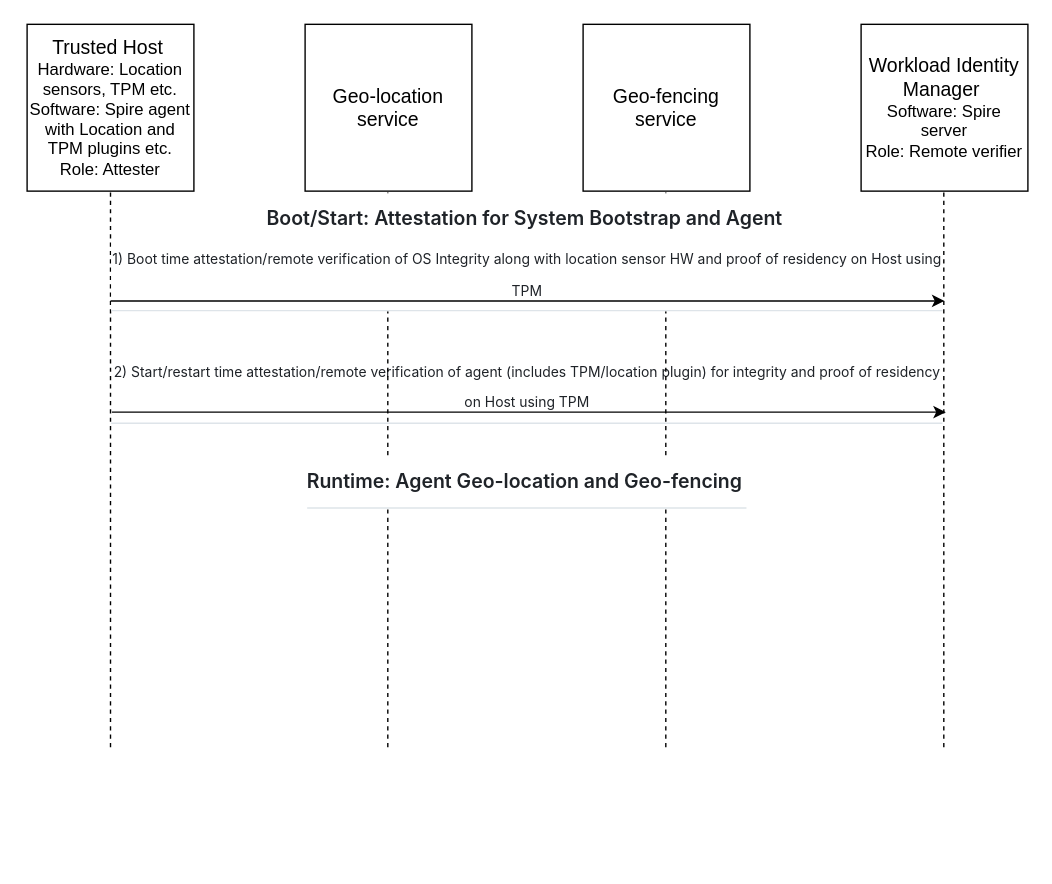
This is end-to-end-flow.drawio from nedmsmith/draft-klspa-wimse-verifiable-geo-fence, a draw.io file, before an edit. Source tidied: cells renumbered, new cells numbered last; positions are measured from the earlier drawing's top-left corner, leaving out a move shared by most shapes. Both pictures are drawn from the tidied source at 139%, with x=0, y=0 at pixel (26, 24).
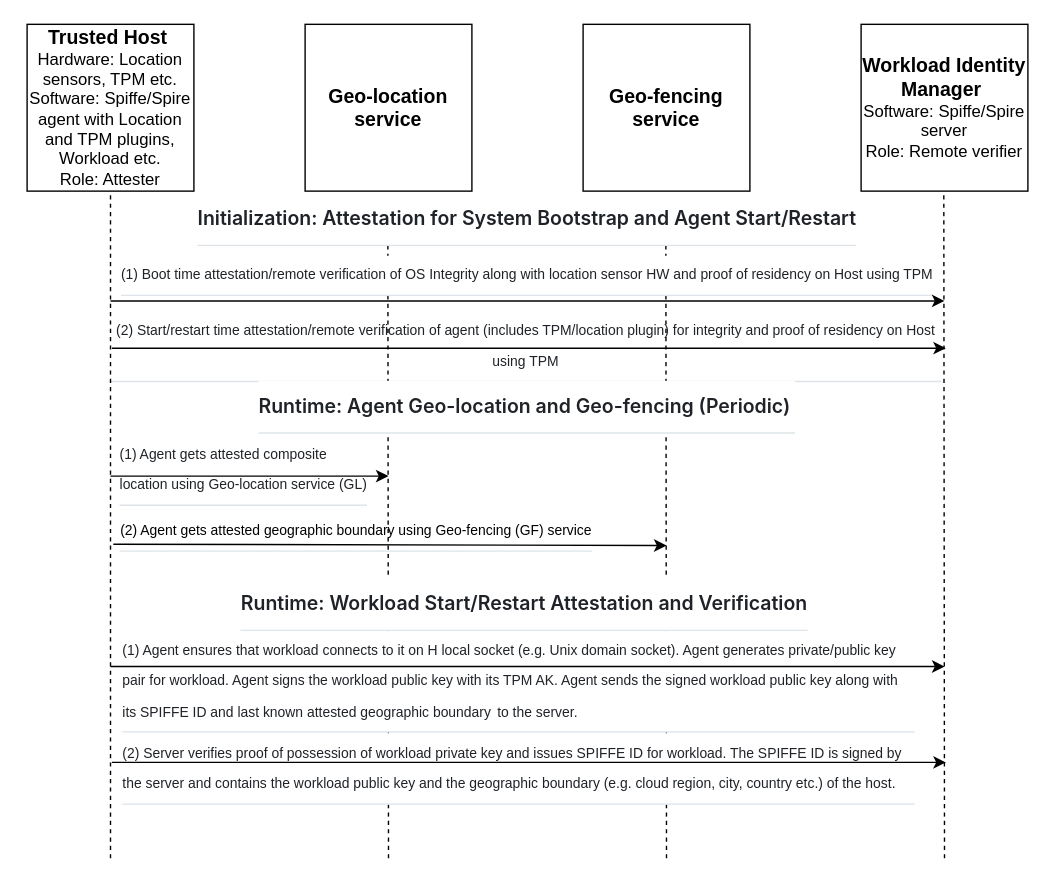
After the change.

Change to the diagram source:
```diff
@@
-    <mxCell id="2" value="&lt;h2 style=&quot;box-sizing: border-box; margin-top: 24px; margin-bottom: 16px; line-height: 1.25; padding-bottom: 0.3em; border-bottom: 1px solid rgba(209, 217, 224, 0.7); color: rgb(31, 35, 40); font-family: -apple-system, &amp;quot;system-ui&amp;quot;, &amp;quot;Segoe UI&amp;quot;, &amp;quot;Noto Sans&amp;quot;, Helvetica, Arial, sans-serif, &amp;quot;Apple Color Emoji&amp;quot;, &amp;quot;Segoe UI Emoji&amp;quot;; background-color: rgb(255, 255, 255);&quot; dir=&quot;auto&quot; class=&quot;heading-element&quot; tabindex=&quot;-1&quot;&gt;&lt;font style=&quot;font-size: 10px; font-weight: normal;&quot;&gt;2) Start/restart time attestation/remote verification of agent (includes TPM/location plugin) for integrity and proof of residency on Host using TPM&lt;/font&gt;&lt;/h2&gt;" style="text;html=1;align=center;verticalAlign=middle;whiteSpace=wrap;rounded=0;" parent="1" vertex="1">
-      <mxGeometry x="60" y="257" width="600" height="1" as="geometry" />
+    <mxCell id="2" value="&lt;h2 style=&quot;box-sizing: border-box; margin-top: 24px; margin-bottom: 16px; line-height: 1.25; padding-bottom: 0.3em; border-bottom: 1px solid rgba(209, 217, 224, 0.7); color: rgb(31, 35, 40); background-color: rgb(255, 255, 255);&quot; dir=&quot;auto&quot; class=&quot;heading-element&quot; tabindex=&quot;-1&quot;&gt;&lt;font face=&quot;Helvetica&quot; style=&quot;font-size: 10px; font-weight: normal;&quot;&gt;(2) Start/restart time attestation/remote verification of agent (includes TPM/location plugin) for integrity and proof of residency on Host using TPM&lt;/font&gt;&lt;/h2&gt;" style="text;html=1;align=center;verticalAlign=middle;whiteSpace=wrap;rounded=0;" parent="1" vertex="1">
+      <mxGeometry x="59" y="227" width="600" height="1" as="geometry" />
     </mxCell>
-    <mxCell id="3" value="&lt;font style=&quot;font-size: 14px;&quot;&gt;Trusted Host&lt;/font&gt;&amp;nbsp;&lt;div&gt;Hardware: Location sensors, TPM etc.&lt;div&gt;Software: Spire agent with Location and TPM plugins etc.&lt;/div&gt;&lt;/div&gt;&lt;div&gt;Role: Attester&lt;/div&gt;" style="rounded=0;whiteSpace=wrap;html=1;" parent="1" vertex="1">
+    <mxCell id="3" value="&lt;b&gt;&lt;font style=&quot;font-size: 14px;&quot;&gt;Trusted Host&lt;/font&gt;&amp;nbsp;&lt;/b&gt;&lt;div&gt;Hardware: Location sensors, TPM etc.&lt;div&gt;Software: Spiffe/Spire agent with Location and TPM plugins, Workload etc.&lt;/div&gt;&lt;/div&gt;&lt;div&gt;Role: Attester&lt;/div&gt;" style="rounded=0;whiteSpace=wrap;html=1;" parent="1" vertex="1">
       <mxGeometry width="120" height="120" as="geometry" />
     </mxCell>
-    <mxCell id="4" value="&lt;span style=&quot;font-size: 14px;&quot;&gt;Geo-location service&lt;/span&gt;" style="rounded=0;whiteSpace=wrap;html=1;" parent="1" vertex="1">
+    <mxCell id="4" value="&lt;span style=&quot;font-size: 14px;&quot;&gt;&lt;b&gt;Geo-location service&lt;/b&gt;&lt;/span&gt;" style="rounded=0;whiteSpace=wrap;html=1;" parent="1" vertex="1">
       <mxGeometry x="200" width="120" height="120" as="geometry" />
     </mxCell>
-    <mxCell id="5" value="&lt;span style=&quot;font-size: 14px;&quot;&gt;Geo-fencing service&lt;/span&gt;" style="rounded=0;whiteSpace=wrap;html=1;" parent="1" vertex="1">
+    <mxCell id="5" value="&lt;span style=&quot;font-size: 14px;&quot;&gt;&lt;b&gt;Geo-fencing service&lt;/b&gt;&lt;/span&gt;" style="rounded=0;whiteSpace=wrap;html=1;" parent="1" vertex="1">
       <mxGeometry x="400" width="120" height="120" as="geometry" />
     </mxCell>
-    <mxCell id="6" value="&lt;span style=&quot;font-size: 14px;&quot;&gt;Workload Identity Manager&amp;nbsp;&lt;/span&gt;&lt;div&gt;&lt;font&gt;Software: Spire server&lt;br&gt;Role: Remote verifier&lt;/font&gt;&lt;/div&gt;" style="rounded=0;whiteSpace=wrap;html=1;" parent="1" vertex="1">
+    <mxCell id="6" value="&lt;span style=&quot;font-size: 14px;&quot;&gt;&lt;b&gt;Workload Identity Manager&lt;/b&gt;&amp;nbsp;&lt;/span&gt;&lt;div&gt;&lt;font&gt;Software: Spiffe/Spire server&lt;br&gt;Role: Remote verifier&lt;/font&gt;&lt;/div&gt;" style="rounded=0;whiteSpace=wrap;html=1;" parent="1" vertex="1">
       <mxGeometry x="600" width="120" height="120" as="geometry" />
     </mxCell>
     <mxCell id="7" style="endArrow=none;dashed=1;html=1;rounded=0;" parent="1" edge="1">
       <mxGeometry relative="1" as="geometry">
-        <mxPoint x="60" y="520" as="sourcePoint" />
+        <mxPoint x="60" y="600" as="sourcePoint" />
         <mxPoint x="60" y="120" as="targetPoint" />
       </mxGeometry>
     </mxCell>
     <mxCell id="8" style="endArrow=none;dashed=1;html=1;rounded=0;" parent="1" edge="1">
       <mxGeometry relative="1" as="geometry">
-        <mxPoint x="259.5" y="520" as="sourcePoint" />
+        <mxPoint x="260" y="600" as="sourcePoint" />
         <mxPoint x="259.5" y="120" as="targetPoint" />
       </mxGeometry>
     </mxCell>
     <mxCell id="9" style="endArrow=none;dashed=1;html=1;rounded=0;" parent="1" edge="1">
       <mxGeometry relative="1" as="geometry">
-        <mxPoint x="459.5" y="520" as="sourcePoint" />
+        <mxPoint x="460" y="600" as="sourcePoint" />
         <mxPoint x="459.5" y="120" as="targetPoint" />
       </mxGeometry>
     </mxCell>
     <mxCell id="10" style="endArrow=none;dashed=1;html=1;rounded=0;" parent="1" edge="1">
       <mxGeometry relative="1" as="geometry">
-        <mxPoint x="659.5" y="520" as="sourcePoint" />
+        <mxPoint x="660" y="600" as="sourcePoint" />
         <mxPoint x="659.5" y="120" as="targetPoint" />
       </mxGeometry>
     </mxCell>
-    <mxCell id="11" value="&lt;h1 tabindex=&quot;-1&quot; class=&quot;heading-element&quot; dir=&quot;auto&quot; style=&quot;box-sizing: border-box; margin: 24px 0px 16px; font-weight: 600; line-height: 1.25; padding-bottom: 0.3em; border-bottom: 1px solid rgba(209, 217, 224, 0.7); color: rgb(31, 35, 40); font-family: -apple-system, &amp;quot;system-ui&amp;quot;, &amp;quot;Segoe UI&amp;quot;, &amp;quot;Noto Sans&amp;quot;, Helvetica, Arial, sans-serif, &amp;quot;Apple Color Emoji&amp;quot;, &amp;quot;Segoe UI Emoji&amp;quot;; font-style: normal; font-variant-ligatures: normal; font-variant-caps: normal; letter-spacing: normal; orphans: 2; text-indent: 0px; text-transform: none; widows: 2; word-spacing: 0px; -webkit-text-stroke-width: 0px; white-space: normal; background-color: rgb(255, 255, 255); text-decoration-thickness: initial; text-decoration-style: initial; text-decoration-color: initial;&quot;&gt;&lt;font style=&quot;font-size: 14px;&quot;&gt;Boot/Start: Attestation for System Bootstrap and Agent&amp;nbsp;&lt;/font&gt;&lt;/h1&gt;" style="text;whiteSpace=wrap;html=1;align=center;" parent="1" vertex="1">
+    <mxCell id="11" value="&lt;h1 tabindex=&quot;-1&quot; class=&quot;heading-element&quot; dir=&quot;auto&quot; style=&quot;box-sizing: border-box; margin: 24px 0px 16px; font-weight: 600; line-height: 1.25; padding-bottom: 0.3em; border-bottom: 1px solid rgba(209, 217, 224, 0.7); color: rgb(31, 35, 40); font-family: -apple-system, &amp;quot;system-ui&amp;quot;, &amp;quot;Segoe UI&amp;quot;, &amp;quot;Noto Sans&amp;quot;, Helvetica, Arial, sans-serif, &amp;quot;Apple Color Emoji&amp;quot;, &amp;quot;Segoe UI Emoji&amp;quot;; font-style: normal; font-variant-ligatures: normal; font-variant-caps: normal; letter-spacing: normal; orphans: 2; text-indent: 0px; text-transform: none; widows: 2; word-spacing: 0px; -webkit-text-stroke-width: 0px; white-space: normal; background-color: rgb(255, 255, 255); text-decoration-thickness: initial; text-decoration-style: initial; text-decoration-color: initial;&quot;&gt;&lt;font style=&quot;font-size: 14px;&quot;&gt;Initialization: Attestation for System Bootstrap and Agent Start/Restart&lt;/font&gt;&lt;/h1&gt;" style="text;whiteSpace=wrap;html=1;align=center;" parent="1" vertex="1">
       <mxGeometry y="91" width="720" height="22" as="geometry" />
     </mxCell>
-    <mxCell id="12" value="&lt;font style=&quot;font-size: 10px;&quot;&gt;&amp;nbsp;&lt;/font&gt;&lt;h2 style=&quot;box-sizing: border-box; margin-top: 24px; margin-bottom: 16px; line-height: 1.25; padding-bottom: 0.3em; border-bottom: 1px solid rgba(209, 217, 224, 0.7); color: rgb(31, 35, 40); font-family: -apple-system, &amp;quot;system-ui&amp;quot;, &amp;quot;Segoe UI&amp;quot;, &amp;quot;Noto Sans&amp;quot;, Helvetica, Arial, sans-serif, &amp;quot;Apple Color Emoji&amp;quot;, &amp;quot;Segoe UI Emoji&amp;quot;; background-color: rgb(255, 255, 255);&quot; dir=&quot;auto&quot; class=&quot;heading-element&quot; tabindex=&quot;-1&quot;&gt;&lt;span style=&quot;font-weight: normal;&quot;&gt;&lt;font style=&quot;font-size: 10px;&quot;&gt;1) Boot time a&lt;font style=&quot;&quot;&gt;ttestation/remote verification of OS Integrity along with location sensor HW and proof of residency on Host using TPM&lt;/font&gt;&lt;/font&gt;&lt;/span&gt;&lt;/h2&gt;" style="text;html=1;align=center;verticalAlign=middle;whiteSpace=wrap;rounded=0;" parent="1" vertex="1">
+    <mxCell id="12" value="&lt;font style=&quot;font-size: 10px;&quot;&gt;&amp;nbsp;&lt;/font&gt;&lt;h2 style=&quot;box-sizing: border-box; margin-top: 24px; margin-bottom: 16px; line-height: 1.25; padding-bottom: 0.3em; border-bottom: 1px solid rgba(209, 217, 224, 0.7); color: rgb(31, 35, 40); background-color: rgb(255, 255, 255);&quot; dir=&quot;auto&quot; class=&quot;heading-element&quot; tabindex=&quot;-1&quot;&gt;&lt;span style=&quot;font-weight: normal;&quot;&gt;&lt;font face=&quot;Helvetica&quot; style=&quot;font-size: 10px;&quot;&gt;(1) Boot time a&lt;font style=&quot;&quot;&gt;ttestation/remote verification of OS Integrity along with location sensor HW and proof of residency on Host using TPM&lt;/font&gt;&lt;/font&gt;&lt;/span&gt;&lt;/h2&gt;" style="text;html=1;align=center;verticalAlign=middle;whiteSpace=wrap;rounded=0;" parent="1" vertex="1">
       <mxGeometry x="60" y="155" width="600" height="30" as="geometry" />
     </mxCell>
@@
     <mxCell id="14" style="endArrow=classic;html=1;rounded=0;" parent="1" edge="1">
       <mxGeometry relative="1" as="geometry">
-        <mxPoint x="61" y="279" as="sourcePoint" />
-        <mxPoint x="661" y="279" as="targetPoint" />
+        <mxPoint x="61" y="233" as="sourcePoint" />
+        <mxPoint x="661" y="233" as="targetPoint" />
       </mxGeometry>
     </mxCell>
-    <mxCell id="15" value="&lt;h1 tabindex=&quot;-1&quot; class=&quot;heading-element&quot; dir=&quot;auto&quot; style=&quot;box-sizing: border-box; margin: 24px 0px 16px; font-weight: 600; line-height: 1.25; padding-bottom: 0.3em; border-bottom: 1px solid rgba(209, 217, 224, 0.7); color: rgb(31, 35, 40); font-family: -apple-system, &amp;quot;system-ui&amp;quot;, &amp;quot;Segoe UI&amp;quot;, &amp;quot;Noto Sans&amp;quot;, Helvetica, Arial, sans-serif, &amp;quot;Apple Color Emoji&amp;quot;, &amp;quot;Segoe UI Emoji&amp;quot;; font-style: normal; font-variant-ligatures: normal; font-variant-caps: normal; letter-spacing: normal; orphans: 2; text-indent: 0px; text-transform: none; widows: 2; word-spacing: 0px; -webkit-text-stroke-width: 0px; white-space: normal; background-color: rgb(255, 255, 255); text-decoration-thickness: initial; text-decoration-style: initial; text-decoration-color: initial;&quot;&gt;&lt;font style=&quot;font-size: 14px;&quot;&gt;Runtime: Agent Geo-location and Geo-fencing&amp;nbsp;&lt;/font&gt;&lt;/h1&gt;" style="text;whiteSpace=wrap;html=1;align=center;" parent="1" vertex="1">
-      <mxGeometry y="280" width="720" height="22" as="geometry" />
+    <mxCell id="15" value="&lt;h1 tabindex=&quot;-1&quot; class=&quot;heading-element&quot; dir=&quot;auto&quot; style=&quot;box-sizing: border-box; margin: 24px 0px 16px; font-weight: 600; line-height: 1.25; padding-bottom: 0.3em; border-bottom: 1px solid rgba(209, 217, 224, 0.7); color: rgb(31, 35, 40); font-family: -apple-system, &amp;quot;system-ui&amp;quot;, &amp;quot;Segoe UI&amp;quot;, &amp;quot;Noto Sans&amp;quot;, Helvetica, Arial, sans-serif, &amp;quot;Apple Color Emoji&amp;quot;, &amp;quot;Segoe UI Emoji&amp;quot;; font-style: normal; font-variant-ligatures: normal; font-variant-caps: normal; letter-spacing: normal; orphans: 2; text-indent: 0px; text-transform: none; widows: 2; word-spacing: 0px; -webkit-text-stroke-width: 0px; white-space: normal; background-color: rgb(255, 255, 255); text-decoration-thickness: initial; text-decoration-style: initial; text-decoration-color: initial;&quot;&gt;&lt;font style=&quot;font-size: 14px;&quot;&gt;Runtime: Agent Geo-location and Geo-fencing (Periodic)&amp;nbsp;&lt;/font&gt;&lt;/h1&gt;" style="text;whiteSpace=wrap;html=1;align=center;" parent="1" vertex="1">
+      <mxGeometry y="226" width="720" height="22" as="geometry" />
     </mxCell>
+    <mxCell id="16" value="&lt;h2 style=&quot;box-sizing: border-box; margin-top: 24px; margin-bottom: 16px; line-height: 1.25; padding-bottom: 0.3em; border-bottom: 1px solid rgba(209, 217, 224, 0.7); color: rgb(31, 35, 40); text-align: start; background-color: rgb(255, 255, 255);&quot; dir=&quot;auto&quot; class=&quot;heading-element&quot; tabindex=&quot;-1&quot;&gt;&lt;span style=&quot;font-weight: normal;&quot;&gt;&lt;font face=&quot;Helvetica&quot; style=&quot;font-size: 10px;&quot;&gt;(1) Agent gets attested composite location using Geo-location service (GL)&lt;/font&gt;&lt;/span&gt;&lt;/h2&gt;" style="text;html=1;align=center;verticalAlign=middle;whiteSpace=wrap;rounded=0;" parent="1" vertex="1">
+      <mxGeometry x="66" y="316" width="180" height="1" as="geometry" />
+    </mxCell>
+    <mxCell id="17" style="endArrow=classic;html=1;rounded=0;" parent="1" edge="1">
+      <mxGeometry relative="1" as="geometry">
+        <mxPoint x="60" y="325" as="sourcePoint" />
+        <mxPoint x="260" y="325" as="targetPoint" />
+      </mxGeometry>
+    </mxCell>
+    <mxCell id="18" value="&lt;h2 style=&quot;box-sizing: border-box; margin-top: 24px; margin-bottom: 16px; line-height: 1.25; padding-bottom: 0.3em; border-bottom: 1px solid rgba(209, 217, 224, 0.7);&quot; dir=&quot;auto&quot; class=&quot;heading-element&quot; tabindex=&quot;-1&quot;&gt;&lt;span style=&quot;font-weight: normal;&quot;&gt;&lt;font style=&quot;font-size: 10px;&quot;&gt;(2) Agent gets attested geographic boundary using Geo-fencing (GF) service&lt;/font&gt;&lt;/span&gt;&lt;/h2&gt;" style="text;html=1;align=center;verticalAlign=middle;whiteSpace=wrap;rounded=0;" parent="1" vertex="1">
+      <mxGeometry x="42" y="360" width="390" height="1" as="geometry" />
+    </mxCell>
+    <mxCell id="19" style="endArrow=classic;html=1;rounded=0;" parent="1" edge="1">
+      <mxGeometry relative="1" as="geometry">
+        <mxPoint x="62" y="374" as="sourcePoint" />
+        <mxPoint x="460" y="375" as="targetPoint" />
+      </mxGeometry>
+    </mxCell>
+    <mxCell id="20" value="&lt;h1 tabindex=&quot;-1&quot; class=&quot;heading-element&quot; dir=&quot;auto&quot; style=&quot;box-sizing: border-box; margin: 24px 0px 16px; font-weight: 600; line-height: 1.25; padding-bottom: 0.3em; border-bottom: 1px solid rgba(209, 217, 224, 0.7); color: rgb(31, 35, 40); font-family: -apple-system, &amp;quot;system-ui&amp;quot;, &amp;quot;Segoe UI&amp;quot;, &amp;quot;Noto Sans&amp;quot;, Helvetica, Arial, sans-serif, &amp;quot;Apple Color Emoji&amp;quot;, &amp;quot;Segoe UI Emoji&amp;quot;; font-style: normal; font-variant-ligatures: normal; font-variant-caps: normal; letter-spacing: normal; orphans: 2; text-indent: 0px; text-transform: none; widows: 2; word-spacing: 0px; -webkit-text-stroke-width: 0px; white-space: normal; background-color: rgb(255, 255, 255); text-decoration-thickness: initial; text-decoration-style: initial; text-decoration-color: initial;&quot;&gt;&lt;font style=&quot;font-size: 14px;&quot;&gt;Runtime: Workload Start/Restart Attestation and Verification&lt;/font&gt;&lt;/h1&gt;" style="text;whiteSpace=wrap;html=1;align=center;" parent="1" vertex="1">
+      <mxGeometry x="-2" y="368" width="720" height="22" as="geometry" />
+    </mxCell>
+    <mxCell id="21" value="&lt;h2 style=&quot;box-sizing: border-box; margin-top: 24px; margin-bottom: 16px; line-height: 1.25; padding-bottom: 0.3em; border-bottom: 1px solid rgba(209, 217, 224, 0.7); color: rgb(31, 35, 40); text-align: start; background-color: rgb(255, 255, 255);&quot; dir=&quot;auto&quot; class=&quot;heading-element&quot; tabindex=&quot;-1&quot;&gt;&lt;span style=&quot;font-weight: 400;&quot;&gt;&lt;font style=&quot;font-size: 10px;&quot;&gt;(1) Agent ensures that workload connects to it on H local socket (e.g. Unix domain socket). Agent generates private/public key pair for workload. Agent signs the workload public key with its TPM AK. Agent sends the signed workload public key along with its SPIFFE ID and last known&amp;nbsp;&lt;/font&gt;&lt;/span&gt;&lt;span style=&quot;font-weight: normal;&quot;&gt;&lt;font face=&quot;Helvetica&quot; style=&quot;font-size: 10px;&quot;&gt;attested geographic boundary&lt;/font&gt;&lt;/span&gt;&lt;span style=&quot;font-family: -apple-system, &amp;quot;system-ui&amp;quot;, &amp;quot;Segoe UI&amp;quot;, &amp;quot;Noto Sans&amp;quot;, Helvetica, Arial, sans-serif, &amp;quot;Apple Color Emoji&amp;quot;, &amp;quot;Segoe UI Emoji&amp;quot;; font-size: 16px; font-weight: normal;&quot;&gt;&amp;nbsp;&lt;/span&gt;&lt;span style=&quot;font-size: 10px; font-weight: 400;&quot;&gt;to the server.&lt;/span&gt;&lt;/h2&gt;" style="text;html=1;align=center;verticalAlign=middle;whiteSpace=wrap;rounded=0;" parent="1" vertex="1">
+      <mxGeometry x="68" y="468" width="572" height="1" as="geometry" />
+    </mxCell>
+    <mxCell id="22" style="endArrow=classic;html=1;rounded=0;" parent="1" edge="1">
+      <mxGeometry relative="1" as="geometry">
+        <mxPoint x="60" y="462" as="sourcePoint" />
+        <mxPoint x="660" y="462" as="targetPoint" />
+      </mxGeometry>
+    </mxCell>
+    <mxCell id="23" value="&lt;h2 style=&quot;box-sizing: border-box; margin-top: 24px; margin-bottom: 16px; line-height: 1.25; padding-bottom: 0.3em; border-bottom: 1px solid rgba(209, 217, 224, 0.7); color: rgb(31, 35, 40); text-align: start; background-color: rgb(255, 255, 255);&quot; dir=&quot;auto&quot; class=&quot;heading-element&quot; tabindex=&quot;-1&quot;&gt;&lt;span style=&quot;font-weight: 400;&quot;&gt;&lt;font style=&quot;font-size: 10px;&quot;&gt;(2) Server verifies proof of possession of workload private key and issues SPIFFE ID for workload. The SPIFFE ID is signed by the server and contains the workload public key and the geographic boundary (e.g. cloud region, city, country etc.) of the host.&lt;/font&gt;&lt;/span&gt;&lt;/h2&gt;" style="text;html=1;align=center;verticalAlign=middle;whiteSpace=wrap;rounded=0;" parent="1" vertex="1">
+      <mxGeometry x="68" y="531" width="572" height="1" as="geometry" />
+    </mxCell>
+    <mxCell id="24" style="endArrow=classic;html=1;rounded=0;" parent="1" edge="1">
+      <mxGeometry relative="1" as="geometry">
+        <mxPoint x="61" y="531" as="sourcePoint" />
+        <mxPoint x="661" y="531" as="targetPoint" />
+      </mxGeometry>
+    </mxCell>
```
